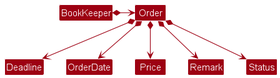
This is docs/images/BetterOrderClassDiagram.png from shavonneg/tp, a PlantUML export, as it was before one commit.
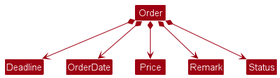
After the change.

What changed in the source:
```diff
@@ -4,7 +4,6 @@
 skinparam arrowColor MODEL_COLOR
 skinparam classBackgroundColor MODEL_COLOR
 
-BookKeeper *-right->  Order
 Order *--> Deadline
 Order *--> OrderDate
 Order *--> Price
```
